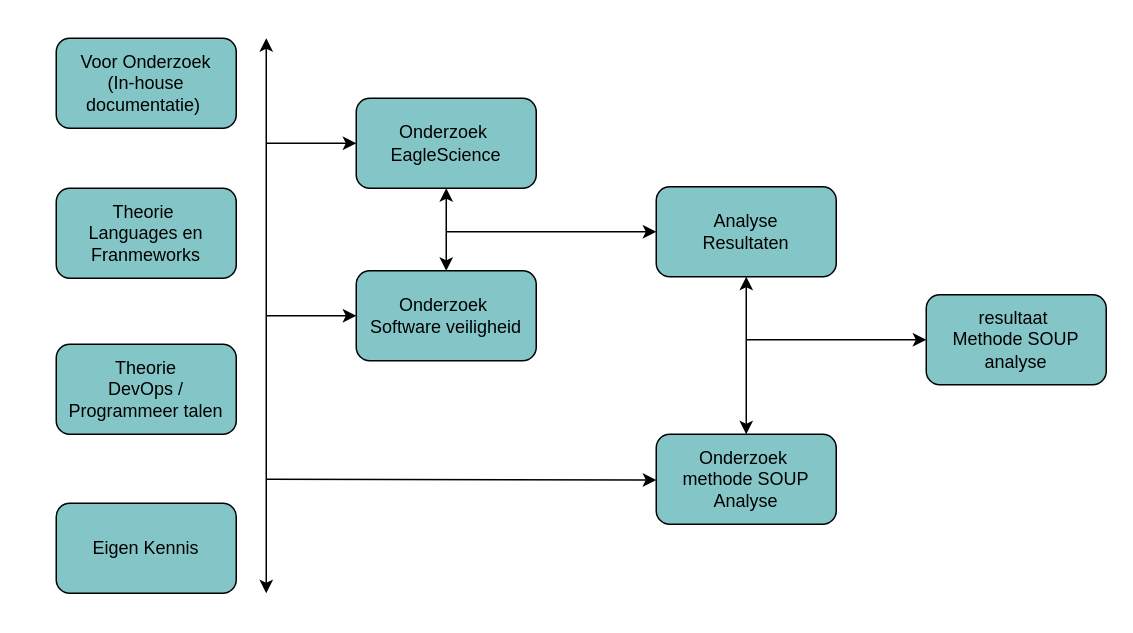
Above: page "Onderzoeksmodel" (5 of 16) of gfx/verslag graphix.drawio in codefink2020/afstudeerverslag (draw.io), before the change. Source tidied: cells renumbered, new cells numbered last; positions are measured from the earlier drawing's top-left corner, leaving out a move shared by most shapes. Both pictures are drawn from the tidied source at 150%, with x=0, y=0 at pixel (56, 38).
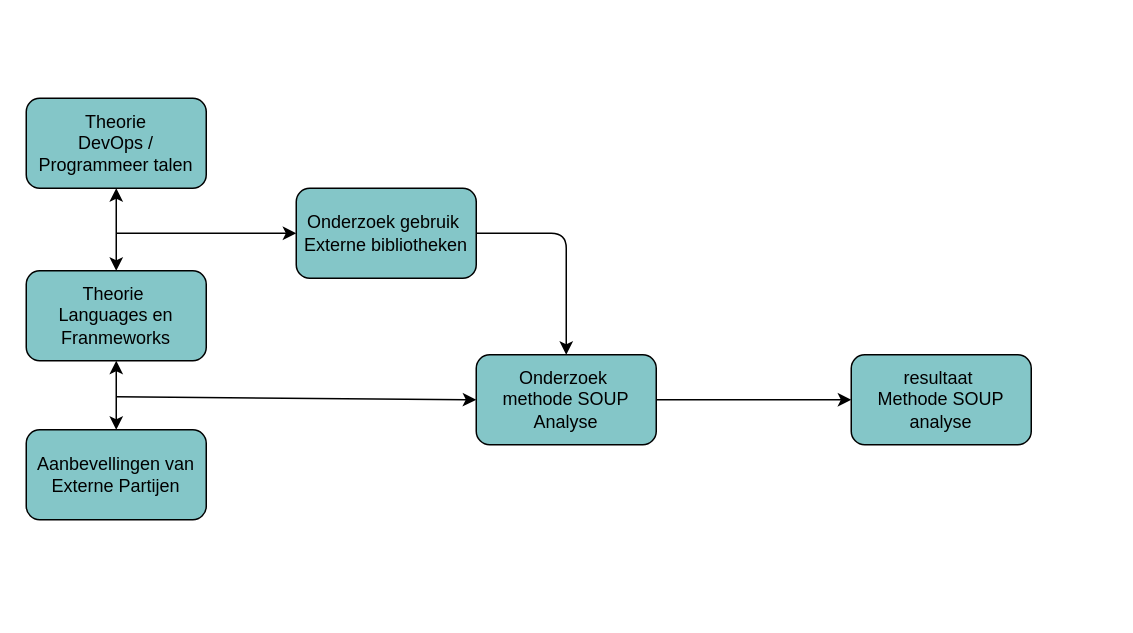
After the change.

Commit message (it also covers changes not shown here):
Opdracht laatste proofreading. Onderzoeksplan verder uitgwerkt en negegeken tot einde figuur Analyse

Change to the diagram source:
```diff
@@
-    <mxCell id="2" value="Voor Onderzoek &lt;br&gt;(In-house documentatie)&amp;nbsp;" style="rounded=1;whiteSpace=wrap;html=1;fillColor=#84C6C8;" parent="1" vertex="1">
-      <mxGeometry width="120" height="60" as="geometry" />
-    </mxCell>
     <mxCell id="3" value="Theorie&amp;nbsp;&lt;br&gt;Languages en Franmeworks" style="rounded=1;whiteSpace=wrap;html=1;fillColor=#84C6C8;" parent="1" vertex="1">
-      <mxGeometry y="100" width="120" height="60" as="geometry" />
+      <mxGeometry x="-20" y="155" width="120" height="60" as="geometry" />
     </mxCell>
     <mxCell id="4" value="Theorie &lt;br&gt;DevOps / &lt;br&gt;Programmeer talen" style="rounded=1;whiteSpace=wrap;html=1;fillColor=#84C6C8;" parent="1" vertex="1">
-      <mxGeometry y="204" width="120" height="60" as="geometry" />
+      <mxGeometry x="-20" y="40" width="120" height="60" as="geometry" />
     </mxCell>
-    <mxCell id="5" value="Eigen Kennis" style="rounded=1;whiteSpace=wrap;html=1;fillColor=#84C6C8;" parent="1" vertex="1">
-      <mxGeometry y="310" width="120" height="60" as="geometry" />
+    <mxCell id="5" value="Aanbevellingen van Externe Partijen" style="rounded=1;whiteSpace=wrap;html=1;fillColor=#84C6C8;" parent="1" vertex="1">
+      <mxGeometry x="-20" y="261" width="120" height="60" as="geometry" />
     </mxCell>
-    <mxCell id="6" style="endArrow=classic;startArrow=classic;html=1;" parent="1" edge="1">
-      <mxGeometry relative="1" as="geometry">
-        <mxPoint x="140" y="370" as="sourcePoint" />
-        <mxPoint x="140" as="targetPoint" />
-      </mxGeometry>
+    <mxCell id="6" style="endArrow=classic;startArrow=classic;html=1;exitX=0.5;exitY=0;exitDx=0;exitDy=0;entryX=0.5;entryY=1;entryDx=0;entryDy=0;" parent="1" edge="1" source="3" target="4">
+      <mxGeometry relative="1" as="geometry" />
     </mxCell>
-    <mxCell id="7" value="Onderzoek&amp;nbsp;&lt;br&gt;Software veiligheid" style="rounded=1;whiteSpace=wrap;html=1;fillColor=#84C6C8;" parent="1" vertex="1">
-      <mxGeometry x="200" y="155" width="120" height="60" as="geometry" />
+    <mxCell id="7" value="Onderzoek gebruik&amp;nbsp;&lt;br&gt;Externe bibliotheken" style="rounded=1;whiteSpace=wrap;html=1;fillColor=#84C6C8;" parent="1" vertex="1">
+      <mxGeometry x="160" y="100" width="120" height="60" as="geometry" />
     </mxCell>
-    <mxCell id="8" style="endArrow=classic;html=1;entryX=0;entryY=0.5;entryDx=0;entryDy=0;" parent="1" edge="1" target="7">
-      <mxGeometry relative="1" as="geometry">
-        <mxPoint x="140" y="185" as="sourcePoint" />
-      </mxGeometry>
-    </mxCell>
     <mxCell id="9" value="resultaat&amp;nbsp;&lt;br&gt;Methode SOUP analyse" style="rounded=1;whiteSpace=wrap;html=1;fillColor=#84C6C8;" parent="1" vertex="1">
-      <mxGeometry x="580" y="171" width="120" height="60" as="geometry" />
+      <mxGeometry x="530" y="211" width="120" height="60" as="geometry" />
     </mxCell>
-    <mxCell id="10" value="Analyse&lt;br&gt;Resultaten" style="rounded=1;whiteSpace=wrap;html=1;fillColor=#84C6C8;" parent="1" vertex="1">
-      <mxGeometry x="400" y="99" width="120" height="60" as="geometry" />
-    </mxCell>
     <mxCell id="11" value="Onderzoek&amp;nbsp;&lt;br&gt;methode SOUP Analyse" style="rounded=1;whiteSpace=wrap;html=1;fillColor=#84C6C8;" parent="1" vertex="1">
-      <mxGeometry x="400" y="264" width="120" height="60" as="geometry" />
+      <mxGeometry x="280" y="211" width="120" height="60" as="geometry" />
     </mxCell>
-    <mxCell id="12" style="endArrow=classic;startArrow=classic;html=1;exitX=0.5;exitY=0;exitDx=0;exitDy=0;entryX=0.5;entryY=1;entryDx=0;entryDy=0;" parent="1" edge="1" source="11" target="10">
-      <mxGeometry relative="1" as="geometry" />
-    </mxCell>
-    <mxCell id="13" style="endArrow=classic;html=1;entryX=0;entryY=0.5;entryDx=0;entryDy=0;" parent="1" edge="1" target="9">
-      <mxGeometry relative="1" as="geometry">
-        <mxPoint x="460" y="201" as="sourcePoint" />
-      </mxGeometry>
-    </mxCell>
-    <mxCell id="14" value="Onderzoek&amp;nbsp;&lt;br&gt;EagleScience" style="rounded=1;whiteSpace=wrap;html=1;fillColor=#84C6C8;" parent="1" vertex="1">
-      <mxGeometry x="200" y="40" width="120" height="60" as="geometry" />
-    </mxCell>
-    <mxCell id="15" style="endArrow=classic;startArrow=classic;html=1;entryX=0.5;entryY=1;entryDx=0;entryDy=0;" parent="1" edge="1" source="7" target="14">
-      <mxGeometry relative="1" as="geometry" />
-    </mxCell>
-    <mxCell id="16" style="endArrow=classic;html=1;entryX=0;entryY=0.5;entryDx=0;entryDy=0;" parent="1" edge="1">
-      <mxGeometry relative="1" as="geometry">
-        <mxPoint x="260" y="129" as="sourcePoint" />
-        <mxPoint x="400" y="129" as="targetPoint" />
-      </mxGeometry>
-    </mxCell>
-    <mxCell id="17" style="endArrow=classic;html=1;entryX=0;entryY=0.508;entryDx=0;entryDy=0;entryPerimeter=0;" parent="1" edge="1" target="11">
-      <mxGeometry relative="1" as="geometry">
-        <mxPoint x="140" y="294" as="sourcePoint" />
-      </mxGeometry>
-    </mxCell>
-    <mxCell id="18" style="endArrow=classic;html=1;entryX=0;entryY=0.5;entryDx=0;entryDy=0;" parent="1" edge="1" target="14">
-      <mxGeometry relative="1" as="geometry">
-        <mxPoint x="140" y="70" as="sourcePoint" />
-      </mxGeometry>
-    </mxCell>
+    <mxCell id="19" style="endArrow=classic;html=1;entryX=0;entryY=0.5;entryDx=0;entryDy=0;" parent="1" edge="1" target="7">
+      <mxGeometry relative="1" as="geometry">
+        <mxPoint x="40" y="130" as="sourcePoint" />
+      </mxGeometry>
+    </mxCell>
+    <mxCell id="20" style="endArrow=classic;html=1;entryX=0;entryY=0.5;entryDx=0;entryDy=0;" parent="1" edge="1" target="11">
+      <mxGeometry relative="1" as="geometry">
+        <mxPoint x="40" y="239" as="sourcePoint" />
+      </mxGeometry>
+    </mxCell>
+    <mxCell id="21" style="endArrow=classic;startArrow=classic;html=1;exitX=0.5;exitY=0;exitDx=0;exitDy=0;entryX=0.5;entryY=1;entryDx=0;entryDy=0;" parent="1" edge="1" source="5" target="3">
+      <mxGeometry relative="1" as="geometry" />
+    </mxCell>
+    <mxCell id="22" style="endArrow=classic;html=1;entryX=0.5;entryY=0;entryDx=0;entryDy=0;exitX=1;exitY=0.5;exitDx=0;exitDy=0;" parent="1" edge="1" source="7" target="11">
+      <mxGeometry relative="1" as="geometry">
+        <Array as="points">
+          <mxPoint x="340" y="130" />
+        </Array>
+      </mxGeometry>
+    </mxCell>
+    <mxCell id="23" style="endArrow=classic;html=1;entryX=0;entryY=0.5;entryDx=0;entryDy=0;exitX=1;exitY=0.5;exitDx=0;exitDy=0;" parent="1" edge="1" source="11" target="9">
+      <mxGeometry relative="1" as="geometry" />
+    </mxCell>
```
